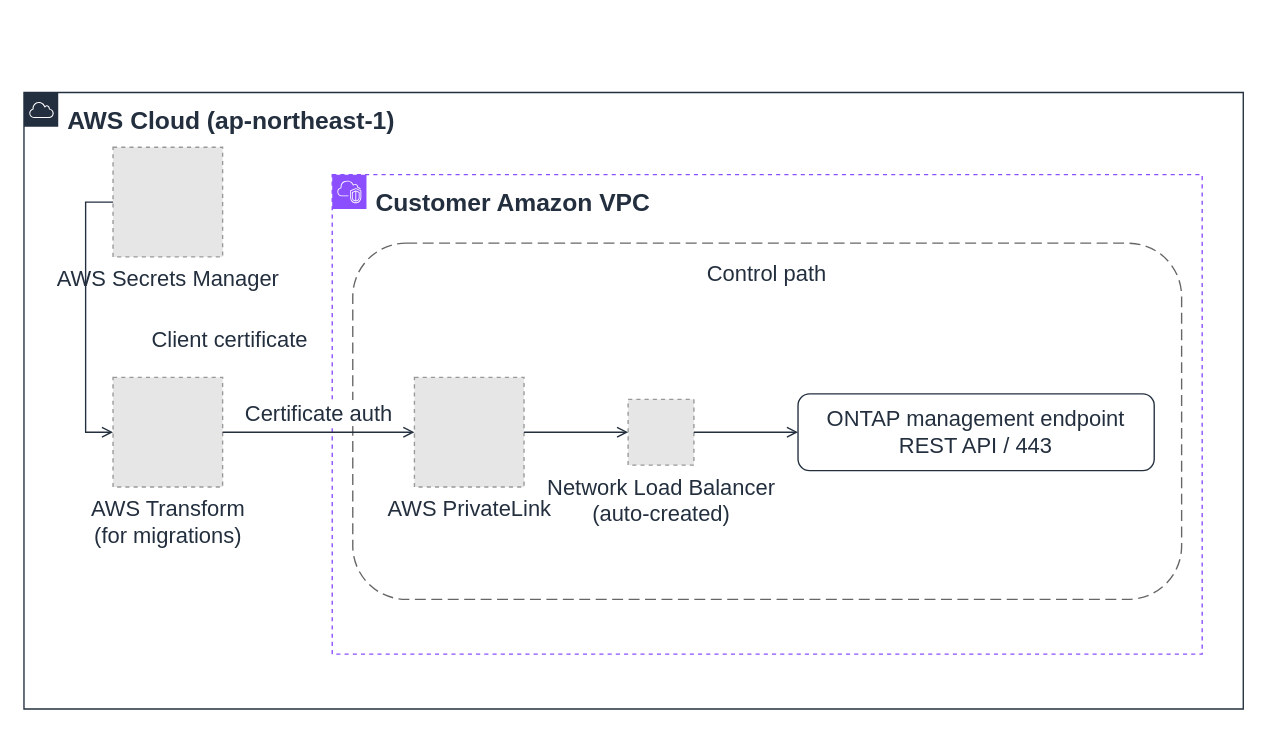
Yoshiki0705/vmware-migration-ec2-ontap keeps this draw.io diagram as docs/_assets/diagrams/atx-fsxn-control-path-en.drawio. Above is the earlier version. Source tidied: cells renumbered, new cells numbered last; positions are measured from the earlier drawing's top-left corner, leaving out a move shared by most shapes. Both pictures are drawn from the tidied source at 137%, with x=0, y=0 at pixel (23, 92). Pictures stored in the file or linked from it are replaced by grey dashed boxes.
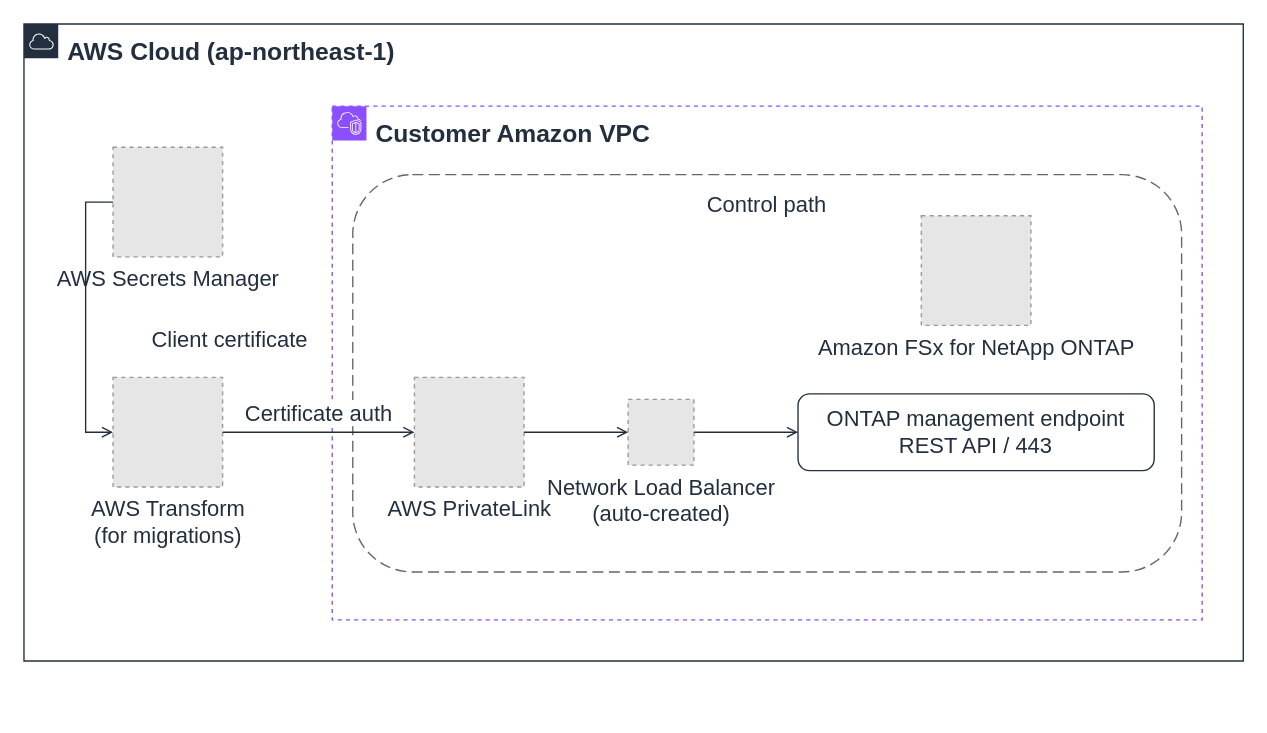
The same diagram, later.

Diff of the diagram source:
```diff
@@
 <mxGraphModel background="#FFFFFF">
   <root>
     <mxCell id="0" />
     <mxCell id="1" parent="0" />
     <mxCell id="2" value="AWS Cloud (ap-northeast-1)" style="gradientColor=none;html=1;whiteSpace=wrap;fontSize=18;fontStyle=1;fontColor=#232F3E;shape=mxgraph.aws4.group;grIcon=mxgraph.aws4.group_aws_cloud;strokeColor=#232F3E;fillColor=none;verticalAlign=top;align=left;spacingLeft=30;spacingTop=4;dashed=0;" parent="1" vertex="1">
-      <mxGeometry width="890" height="450" as="geometry" />
+      <mxGeometry y="-50" width="890" height="465" as="geometry" />
     </mxCell>
     <mxCell id="3" value="Customer Amazon VPC" style="gradientColor=none;html=1;whiteSpace=wrap;fontSize=18;fontStyle=1;fontColor=#232F3E;shape=mxgraph.aws4.group;grIcon=mxgraph.aws4.group_vpc2;strokeColor=#8C4FFF;fillColor=none;verticalAlign=top;align=left;spacingLeft=30;spacingTop=4;dashed=1;" parent="1" vertex="1">
-      <mxGeometry x="225" y="60" width="635" height="350" as="geometry" />
+      <mxGeometry x="225" y="10" width="635" height="375" as="geometry" />
     </mxCell>
     <mxCell id="4" value="Control path" style="rounded=1;whiteSpace=wrap;html=1;dashed=1;dashPattern=8 4;strokeColor=#666666;fillColor=none;fontColor=#232F3E;fontSize=16;verticalAlign=top;align=center;spacingTop=6;" parent="1" vertex="1">
-      <mxGeometry x="240" y="110" width="605" height="260" as="geometry" />
+      <mxGeometry x="240" y="60" width="605" height="290" as="geometry" />
     </mxCell>
     <mxCell id="5" value="ONTAP management endpoint&#10;REST API / 443" style="rounded=1;whiteSpace=wrap;html=1;strokeColor=#232F3E;fillColor=none;fontColor=#232F3E;fontSize=16;verticalAlign=middle;align=center;" parent="1" vertex="1">
       <mxGeometry x="565" y="220" width="260" height="56" as="geometry" />
     </mxCell>
     <mxCell id="6" value="AWS Transform&#10;(for migrations)" style="fillColor=#E6E6E6;strokeColor=#999999;dashed=1;html=1;verticalLabelPosition=bottom;verticalAlign=top;labelPosition=center;align=center;fontSize=16;fontColor=#232F3E;" parent="1" vertex="1">
       <mxGeometry x="65" y="208" width="80" height="80" as="geometry" />
     </mxCell>
     <mxCell id="7" value="AWS Secrets Manager" style="fillColor=#E6E6E6;strokeColor=#999999;dashed=1;html=1;verticalLabelPosition=bottom;verticalAlign=top;labelPosition=center;align=center;fontSize=16;fontColor=#232F3E;" parent="1" vertex="1">
       <mxGeometry x="65" y="40" width="80" height="80" as="geometry" />
     </mxCell>
     <mxCell id="8" value="AWS PrivateLink" style="fillColor=#E6E6E6;strokeColor=#999999;dashed=1;html=1;verticalLabelPosition=bottom;verticalAlign=top;labelPosition=center;align=center;fontSize=16;fontColor=#232F3E;" parent="1" vertex="1">
       <mxGeometry x="285" y="208" width="80" height="80" as="geometry" />
     </mxCell>
     <mxCell id="9" value="Network Load Balancer&#10;(auto-created)" style="fillColor=#E6E6E6;strokeColor=#999999;dashed=1;html=1;verticalLabelPosition=bottom;verticalAlign=top;labelPosition=center;align=center;fontSize=16;fontColor=#232F3E;" parent="1" vertex="1">
       <mxGeometry x="441" y="224" width="48" height="48" as="geometry" />
     </mxCell>
+    <mxCell id="14" value="Amazon FSx for NetApp ONTAP" style="fillColor=#E6E6E6;strokeColor=#999999;dashed=1;html=1;verticalLabelPosition=bottom;verticalAlign=top;labelPosition=center;align=center;fontSize=16;fontColor=#232F3E;" parent="1" vertex="1">
+      <mxGeometry x="655" y="90" width="80" height="80" as="geometry" />
+    </mxCell>
     <mxCell id="10" value="Certificate auth" style="edgeStyle=orthogonalEdgeStyle;rounded=0;html=1;endArrow=open;endFill=0;strokeColor=#232F3E;strokeWidth=1;fontSize=16;fontColor=#232F3E;labelBackgroundColor=#FFFFFF;exitX=1;exitY=0.5;exitDx=0;exitDy=0;entryX=0;entryY=0.5;entryDx=0;entryDy=0;" parent="1" edge="1" source="6" target="8">
       <mxGeometry relative="1" as="geometry">
         <mxPoint y="-14" as="offset" />
       </mxGeometry>
     </mxCell>
     <mxCell id="11" style="edgeStyle=orthogonalEdgeStyle;rounded=0;html=1;endArrow=open;endFill=0;strokeColor=#232F3E;strokeWidth=1;fontSize=16;fontColor=#232F3E;labelBackgroundColor=#FFFFFF;exitX=1;exitY=0.5;exitDx=0;exitDy=0;entryX=0;entryY=0.5;entryDx=0;entryDy=0;" parent="1" edge="1" source="8" target="9">
       <mxGeometry relative="1" as="geometry" />
     </mxCell>
     <mxCell id="12" style="edgeStyle=orthogonalEdgeStyle;rounded=0;html=1;endArrow=open;endFill=0;strokeColor=#232F3E;strokeWidth=1;fontSize=16;fontColor=#232F3E;labelBackgroundColor=#FFFFFF;exitX=1;exitY=0.5;exitDx=0;exitDy=0;entryX=0;entryY=0.5;entryDx=0;entryDy=0;" parent="1" edge="1" source="9" target="5">
       <mxGeometry relative="1" as="geometry" />
     </mxCell>
     <mxCell id="13" value="Client certificate" style="edgeStyle=orthogonalEdgeStyle;rounded=0;html=1;endArrow=open;endFill=0;strokeColor=#232F3E;strokeWidth=1;fontSize=16;fontColor=#232F3E;labelBackgroundColor=#FFFFFF;exitX=0;exitY=0.5;exitDx=0;exitDy=0;entryX=0;entryY=0.5;entryDx=0;entryDy=0;" parent="1" edge="1" source="7" target="6">
       <mxGeometry x="0.15" relative="1" as="geometry">
         <Array as="points">
           <mxPoint x="45" y="80" />
           <mxPoint x="45" y="248" />
         </Array>
         <mxPoint x="105" as="offset" />
       </mxGeometry>
     </mxCell>
   </root>
 </mxGraphModel>
```
